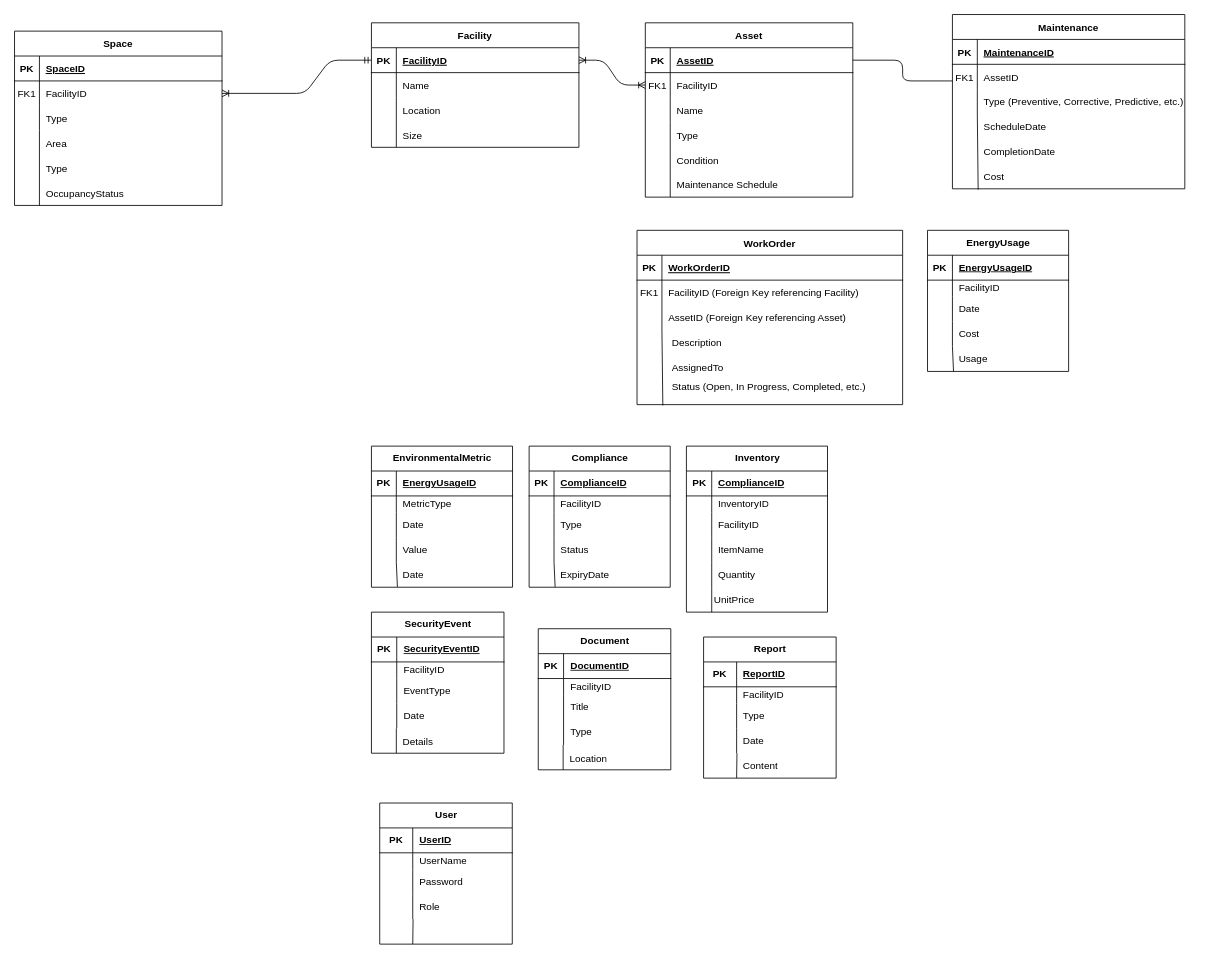
Above: Untitled Diagram.drawio in WaffleWallet14/SchemaERD (draw.io), before the change. Source tidied: cells renumbered, new cells numbered last; positions are measured from the earlier drawing's top-left corner, leaving out a move shared by most shapes. Both pictures are drawn from the tidied source at 83%, with x=0, y=0 at pixel (14, 14).
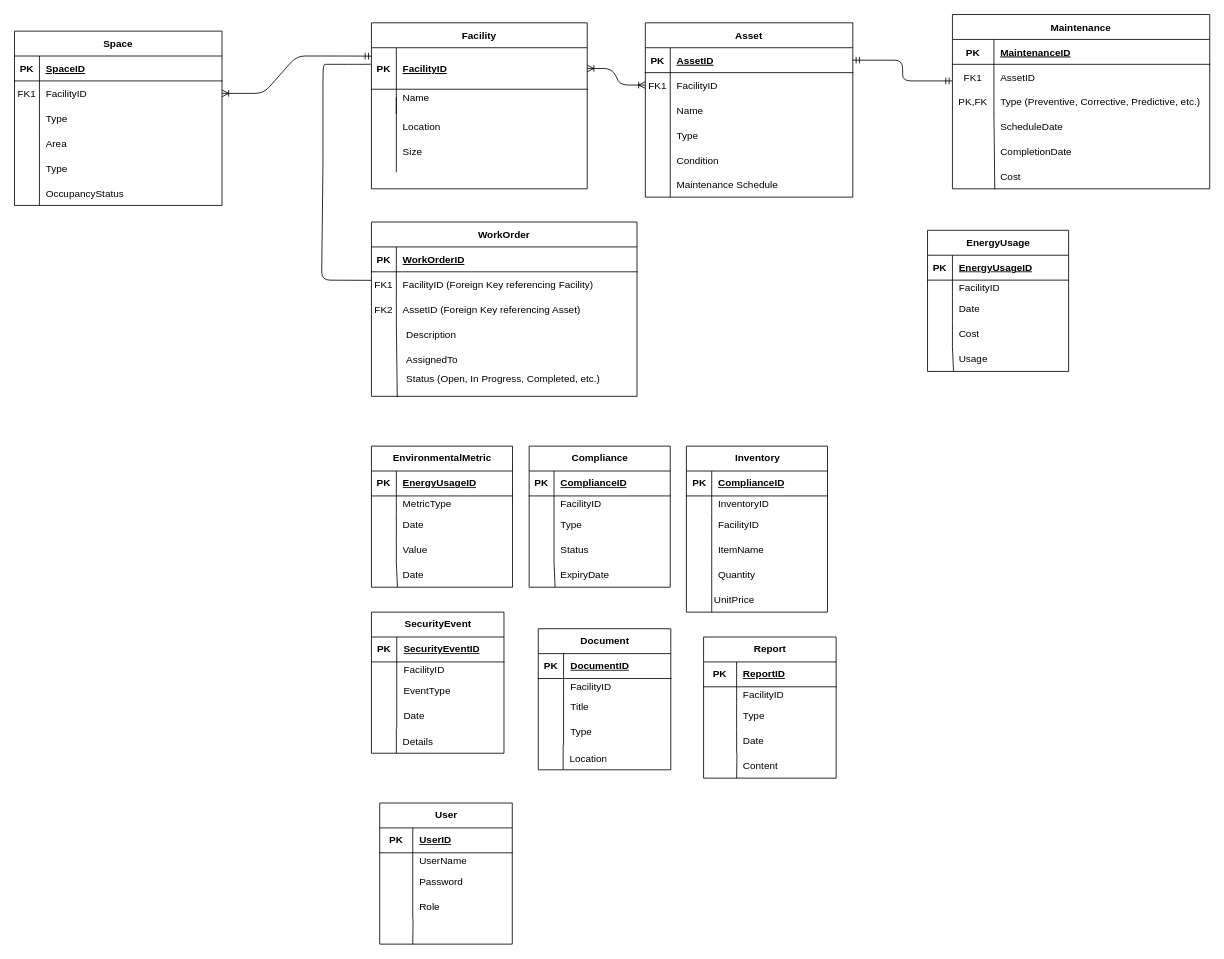
After the change.

The change refers to these unchanged cells:
```xml
<mxCell id="4" style="shape=partialRectangle;fillColor=none;points=[[0,0.5],[1,0.5]];portConstraint=eastwest;top=0;left=0;right=0;bottom=1;" parent="3" vertex="1">
  <mxGeometry y="30" width="250" height="30" as="geometry" />
</mxCell>
<mxCell id="53" style="shape=partialRectangle;fillColor=none;points=[[0,0.5],[1,0.5]];portConstraint=eastwest;top=0;left=0;right=0;bottom=0;" parent="49" vertex="1">
  <mxGeometry y="60" width="320" height="30" as="geometry" />
</mxCell>
<mxCell id="56" style="shape=partialRectangle;fillColor=none;top=0;left=0;right=0;bottom=0;" parent="49" vertex="1">
  <mxGeometry y="90" width="320" height="30" as="geometry" />
</mxCell>
<mxCell id="218" style="shape=partialRectangle;fillColor=none;points=[[0,0.5],[1,0.5]];portConstraint=eastwest;top=0;left=0;right=0;bottom=0;" parent="214" vertex="1">
  <mxGeometry y="60" width="250" height="30" as="geometry" />
</mxCell>
```

The edit, as a diff of the source:
```diff
@@
     <mxCell id="13" value="Facility" style="shape=table;startSize=30;childLayout=tableLayout;rowLines=0;fontStyle=1;align=center;" parent="1" vertex="1">
-      <mxGeometry x="430" y="10" width="250" height="150" as="geometry" />
+      <mxGeometry x="430" y="10" width="260" height="200" as="geometry" />
     </mxCell>
     <mxCell id="14" style="shape=partialRectangle;fillColor=none;points=[[0,0.5],[1,0.5]];portConstraint=eastwest;top=0;left=0;right=0;bottom=1;" parent="13" vertex="1">
-      <mxGeometry y="30" width="250" height="30" as="geometry" />
+      <mxGeometry y="30" width="260" height="50" as="geometry" />
     </mxCell>
     <mxCell id="15" value="PK" style="shape=partialRectangle;overflow=hidden;fillColor=none;top=0;left=0;bottom=0;right=0;fontStyle=1;" parent="14" vertex="1">
-      <mxGeometry width="30" height="30" as="geometry" />
+      <mxGeometry width="30" height="50" as="geometry" />
     </mxCell>
     <mxCell id="16" value="FacilityID" style="shape=partialRectangle;overflow=hidden;fillColor=none;top=0;left=0;bottom=0;right=0;align=left;spacingLeft=6;fontStyle=5;" parent="14" vertex="1">
-      <mxGeometry x="30" width="220" height="30" as="geometry" />
+      <mxGeometry x="30" width="230" height="50" as="geometry" />
     </mxCell>
     <mxCell id="17" style="shape=partialRectangle;fillColor=none;top=0;left=0;right=0;bottom=0;" parent="13" vertex="1">
-      <mxGeometry y="60" width="250" height="30" as="geometry" />
+      <mxGeometry y="80" width="260" height="30" as="geometry" />
     </mxCell>
@@
-    <mxCell id="19" value="Name" style="shape=partialRectangle;overflow=hidden;fillColor=none;top=0;left=0;bottom=0;right=0;align=left;spacingLeft=6;" parent="17" vertex="1">
-      <mxGeometry x="30" width="220" height="30" as="geometry" />
+    <mxCell id="19" style="shape=partialRectangle;overflow=hidden;fillColor=none;top=0;left=0;bottom=0;right=0;align=left;spacingLeft=6;" parent="17" vertex="1">
+      <mxGeometry x="30" width="230" height="30" as="geometry" />
     </mxCell>
     <mxCell id="20" value="Location" style="shape=partialRectangle;overflow=hidden;fillColor=none;top=0;left=0;bottom=0;right=0;align=left;spacingLeft=6;" parent="1" vertex="1">
-      <mxGeometry x="460" y="100" width="220" height="30" as="geometry" />
+      <mxGeometry x="460" y="120" width="220" height="30" as="geometry" />
     </mxCell>
     <mxCell id="21" value="Size" style="shape=partialRectangle;overflow=hidden;fillColor=none;top=0;left=0;bottom=0;right=0;align=left;spacingLeft=6;" parent="1" vertex="1">
-      <mxGeometry x="460" y="130" width="220" height="30" as="geometry" />
+      <mxGeometry x="460" y="150" width="220" height="30" as="geometry" />
     </mxCell>
     <mxCell id="22" style="endArrow=none;html=1;rounded=0;" parent="1" edge="1">
       <mxGeometry relative="1" as="geometry">
-        <mxPoint x="460" y="160" as="sourcePoint" />
+        <mxPoint x="460" y="190" as="sourcePoint" />
         <mxPoint x="460" y="100" as="targetPoint" />
       </mxGeometry>
     </mxCell>
@@
     <mxCell id="27" style="group;" parent="1" vertex="1">
-      <mxGeometry x="1130" width="280" height="210" as="geometry" />
+      <mxGeometry x="1130" width="310" height="210" as="geometry" />
     </mxCell>
     <mxCell id="28" value="Maintenance" style="shape=table;startSize=30;childLayout=tableLayout;rowLines=0;fontStyle=1;align=center;" parent="27" vertex="1">
-      <mxGeometry width="280" height="210" as="geometry" />
+      <mxGeometry width="310" height="210" as="geometry" />
     </mxCell>
     <mxCell id="29" style="shape=partialRectangle;fillColor=none;top=0;left=0;right=0;bottom=1;" parent="28" vertex="1">
-      <mxGeometry y="30" width="280" height="30" as="geometry" />
+      <mxGeometry y="30" width="310" height="30" as="geometry" />
     </mxCell>
     <mxCell id="30" value="PK" style="shape=partialRectangle;overflow=hidden;fillColor=none;top=0;left=0;bottom=0;right=0;fontStyle=1;" parent="29" vertex="1">
-      <mxGeometry width="30" height="30" as="geometry" />
+      <mxGeometry width="50" height="30" as="geometry" />
     </mxCell>
     <mxCell id="31" value="MaintenanceID" style="shape=partialRectangle;overflow=hidden;fillColor=none;top=0;left=0;bottom=0;right=0;align=left;spacingLeft=6;fontStyle=5;" parent="29" vertex="1">
-      <mxGeometry x="30" width="250" height="30" as="geometry" />
+      <mxGeometry x="50" width="260" height="30" as="geometry" />
     </mxCell>
     <mxCell id="32" style="shape=partialRectangle;fillColor=none;top=0;left=0;right=0;bottom=0;" parent="28" vertex="1">
-      <mxGeometry y="60" width="280" height="30" as="geometry" />
+      <mxGeometry y="60" width="310" height="30" as="geometry" />
     </mxCell>
     <mxCell id="33" value="FK1" style="shape=partialRectangle;overflow=hidden;fillColor=none;top=0;left=0;bottom=0;right=0;" parent="32" vertex="1">
-      <mxGeometry width="30" height="30" as="geometry" />
+      <mxGeometry width="50" height="30" as="geometry" />
     </mxCell>
     <mxCell id="34" value="AssetID " style="shape=partialRectangle;overflow=hidden;fillColor=none;top=0;left=0;bottom=0;right=0;align=left;spacingLeft=6;" parent="32" vertex="1">
-      <mxGeometry x="30" width="250" height="30" as="geometry" />
+      <mxGeometry x="50" width="260" height="30" as="geometry" />
     </mxCell>
     <mxCell id="35" style="shape=partialRectangle;fillColor=none;top=0;left=0;right=0;bottom=0;" parent="28" vertex="1">
-      <mxGeometry y="90" width="280" height="30" as="geometry" />
+      <mxGeometry y="90" width="310" height="30" as="geometry" />
     </mxCell>
-    <mxCell id="36" style="shape=partialRectangle;overflow=hidden;fillColor=none;top=0;left=0;bottom=0;right=0;" parent="35" vertex="1">
-      <mxGeometry width="30" height="30" as="geometry" />
+    <mxCell id="36" value="PK,FK" style="shape=partialRectangle;overflow=hidden;fillColor=none;top=0;left=0;bottom=0;right=0;" parent="35" vertex="1">
+      <mxGeometry width="50" height="30" as="geometry" />
     </mxCell>
     <mxCell id="37" value="Type (Preventive, Corrective, Predictive, etc.)" style="shape=partialRectangle;overflow=hidden;fillColor=none;top=0;left=0;bottom=0;right=0;align=left;spacingLeft=6;" parent="35" vertex="1">
-      <mxGeometry x="30" width="250" height="30" as="geometry" />
+      <mxGeometry x="50" width="260" height="30" as="geometry" />
     </mxCell>
     <mxCell id="38" style="shape=partialRectangle;fillColor=none;top=0;left=0;right=0;bottom=0;" parent="27" vertex="1">
-      <mxGeometry y="120" width="250" height="30" as="geometry" />
+      <mxGeometry x="20" y="120" width="250" height="30" as="geometry" />
     </mxCell>
@@
     <mxCell id="41" style="shape=partialRectangle;fillColor=none;points=[[0,0.5],[1,0.5]];portConstraint=eastwest;top=0;left=0;right=0;bottom=0;" parent="27" vertex="1">
-      <mxGeometry y="180" width="250" height="30" as="geometry" />
+      <mxGeometry x="20" y="180" width="250" height="30" as="geometry" />
     </mxCell>
@@
     <mxCell id="44" style="shape=partialRectangle;fillColor=none;top=0;left=0;right=0;bottom=0;" parent="27" vertex="1">
-      <mxGeometry y="150" width="250" height="30" as="geometry" />
+      <mxGeometry x="20" y="150" width="250" height="30" as="geometry" />
     </mxCell>
@@
-    <mxCell id="47" style="endArrow=none;html=1;rounded=0;exitX=0.124;exitY=1.033;exitDx=0;exitDy=0;exitPerimeter=0;" parent="27" edge="1" source="41">
+    <mxCell id="47" style="endArrow=none;html=1;rounded=0;exitX=0.124;exitY=1.033;exitDx=0;exitDy=0;exitPerimeter=0;" parent="27" edge="1">
       <mxGeometry relative="1" as="geometry">
-        <mxPoint x="30" y="120" as="targetPoint" />
+        <mxPoint x="51" y="210.5" as="sourcePoint" />
+        <mxPoint x="50" y="119.5" as="targetPoint" />
       </mxGeometry>
     </mxCell>
     <mxCell id="48" style="group;" parent="1" vertex="1">
-      <mxGeometry x="750" y="260" width="320" height="210" as="geometry" />
+      <mxGeometry x="430" y="250" width="320" height="210" as="geometry" />
     </mxCell>
@@
-    <mxCell id="57" style="shape=partialRectangle;overflow=hidden;fillColor=none;top=0;left=0;bottom=0;right=0;" parent="56" vertex="1">
+    <mxCell id="57" value="FK2" style="shape=partialRectangle;overflow=hidden;fillColor=none;top=0;left=0;bottom=0;right=0;" parent="56" vertex="1">
       <mxGeometry width="30" height="30" as="geometry" />
     </mxCell>
@@
-    <mxCell id="234" style="endArrow=ERmandOne;html=1;entryX=0;entryY=0.5;entryDx=0;entryDy=0;rounded=1;startArrow=ERoneToMany;startFill=0;endFill=0;exitX=1;exitY=0.5;exitDx=0;exitDy=0;" parent="1" edge="1" source="218" target="14">
+    <mxCell id="234" style="endArrow=ERmandOne;html=1;entryX=0.002;entryY=0.203;entryDx=0;entryDy=0;rounded=1;startArrow=ERoneToMany;startFill=0;endFill=0;exitX=1;exitY=0.5;exitDx=0;exitDy=0;entryPerimeter=0;" parent="1" edge="1" source="218" target="14">
       <mxGeometry relative="1" as="geometry">
         <Array as="points">
-          <mxPoint x="350" y="95" />
-          <mxPoint x="380" y="55" />
+          <mxPoint x="300" y="95" />
+          <mxPoint x="340" y="50" />
+          <mxPoint x="380" y="50" />
+          <mxPoint x="400" y="50" />
         </Array>
       </mxGeometry>
     </mxCell>
-    <mxCell id="235" style="endArrow=none;html=1;rounded=1;exitX=1;exitY=0.5;exitDx=0;exitDy=0;" parent="1" edge="1" source="4">
+    <mxCell id="235" style="endArrow=ERmandOne;html=1;rounded=1;exitX=1;exitY=0.5;exitDx=0;exitDy=0;startArrow=ERmandOne;startFill=0;endFill=0;" parent="1" edge="1" source="4">
       <mxGeometry relative="1" as="geometry">
         <mxPoint x="1130" y="80" as="targetPoint" />
         <Array as="points">
           <mxPoint x="1070" y="55" />
           <mxPoint x="1070" y="80" />
         </Array>
       </mxGeometry>
     </mxCell>
+    <mxCell id="236" style="endArrow=none;html=1;rounded=1;exitX=-0.003;exitY=0.398;exitDx=0;exitDy=0;exitPerimeter=0;entryX=0;entryY=0.342;entryDx=0;entryDy=0;entryPerimeter=0;" parent="1" edge="1" source="14" target="53">
+      <mxGeometry relative="1" as="geometry">
+        <Array as="points">
+          <mxPoint x="420" y="60" />
+          <mxPoint x="410" y="60" />
+          <mxPoint x="400" y="60" />
+          <mxPoint x="380" y="60" />
+          <mxPoint x="372" y="60" />
+          <mxPoint x="371.6" y="80.3" />
+          <mxPoint x="371.6" y="180.3" />
+          <mxPoint x="370" y="320" />
+        </Array>
+      </mxGeometry>
+    </mxCell>
+    <mxCell id="237" value="Name" style="shape=partialRectangle;overflow=hidden;fillColor=none;top=0;left=0;bottom=0;right=0;align=left;spacingLeft=6;" parent="1" vertex="1">
+      <mxGeometry x="460" y="85" width="220" height="30" as="geometry" />
+    </mxCell>
```
